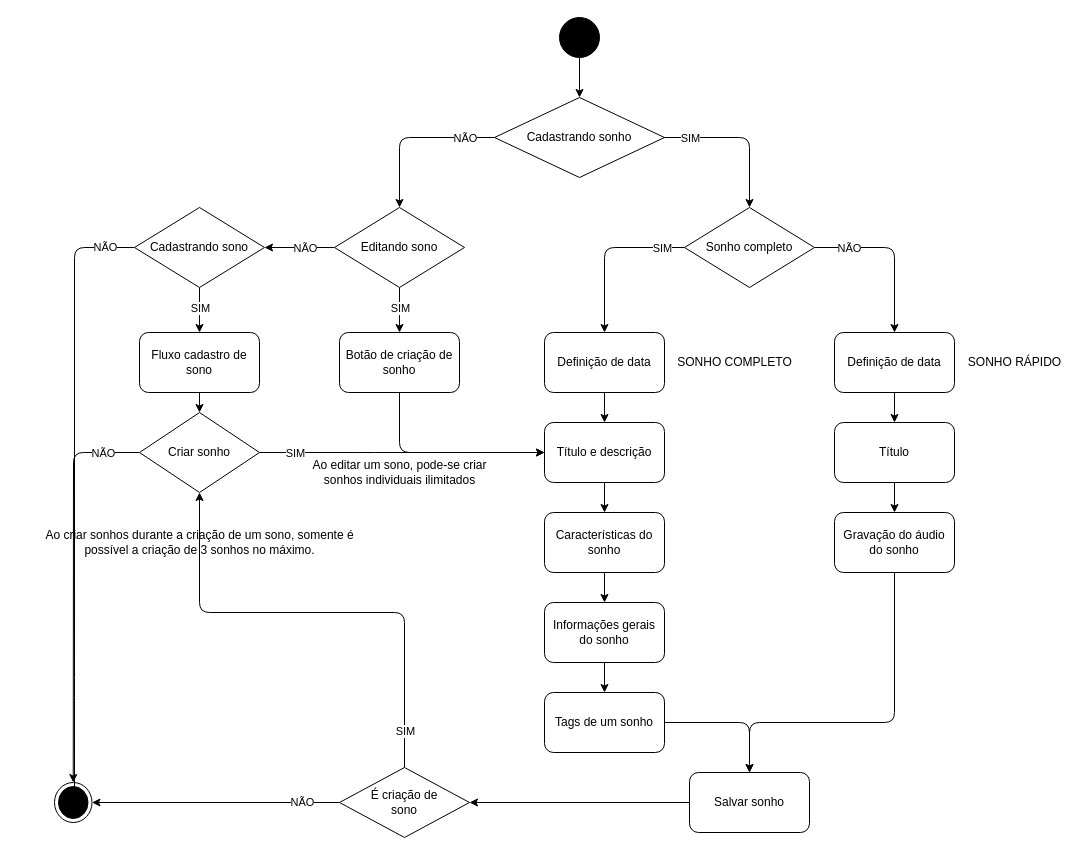
The draw.io diagram docs/diagramas_atividade/cadastro_de_sonho.drawio in raisson-souza/morfeus-backend, before the edit. Source tidied: cells renumbered, new cells numbered last; positions are measured from the earlier drawing's top-left corner, leaving out a move shared by most shapes. Both pictures are drawn from the tidied source at 100%, with x=0, y=0 at pixel (34, 17).
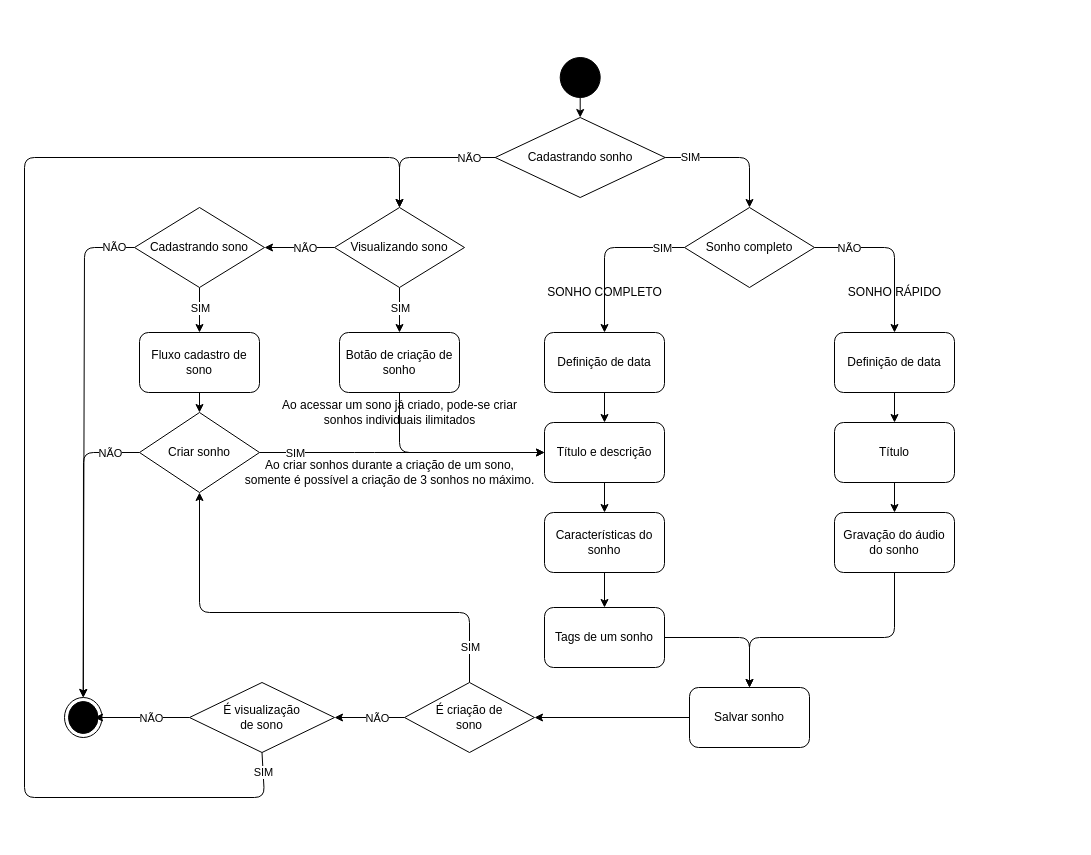
Above is the later version.

Commit message (it also covers changes not shown here):
Refatoração do diagrama de atv. do sonho.

Unchanged cells that the change refers to:
```xml
<mxCell id="7" value="Características do sonho" style="rounded=1;whiteSpace=wrap;html=1;" parent="1" vertex="1">
  <mxGeometry x="510" y="495" width="120" height="60" as="geometry" />
</mxCell>
<mxCell id="31" value="Sonho completo" style="rhombus;whiteSpace=wrap;html=1;" parent="1" vertex="1">
  <mxGeometry x="650" y="190" width="130" height="80" as="geometry" />
</mxCell>
<mxCell id="35" value="Gravação do áudio do sonho" style="rounded=1;whiteSpace=wrap;html=1;" parent="1" vertex="1">
  <mxGeometry x="800" y="495" width="120" height="60" as="geometry" />
</mxCell>
<mxCell id="40" value="Cadastrando sono" style="rhombus;whiteSpace=wrap;html=1;" parent="1" vertex="1">
  <mxGeometry x="100" y="190" width="130" height="80" as="geometry" />
</mxCell>
<mxCell id="47" value="Criar sonho" style="rhombus;whiteSpace=wrap;html=1;" parent="1" vertex="1">
  <mxGeometry x="105" y="395" width="120" height="80" as="geometry" />
</mxCell>
```

Diff of the diagram source:
```diff
@@
     <mxCell id="3" style="ellipse;fillColor=strokeColor;" parent="1" vertex="1">
-      <mxGeometry x="525" width="40" height="40" as="geometry" />
+      <mxGeometry x="525.7" y="40" width="40" height="40" as="geometry" />
     </mxCell>
@@
-    <mxCell id="6" style="edgeStyle=none;html=1;entryX=0.5;entryY=0;entryDx=0;entryDy=0;" parent="1" edge="1" source="7" target="18">
+    <mxCell id="6" style="edgeStyle=none;html=1;entryX=0.5;entryY=0;entryDx=0;entryDy=0;" parent="1" edge="1" source="7" target="16">
       <mxGeometry relative="1" as="geometry" />
     </mxCell>
@@
     <mxCell id="8" style="edgeStyle=none;html=1;entryX=0.5;entryY=0;entryDx=0;entryDy=0;" parent="1" edge="1" source="12" target="26">
       <mxGeometry relative="1" as="geometry">
         <Array as="points">
-          <mxPoint x="365" y="120" />
+          <mxPoint x="365" y="140" />
         </Array>
       </mxGeometry>
     </mxCell>
@@
     <mxCell id="10" style="edgeStyle=none;html=1;entryX=0.5;entryY=0;entryDx=0;entryDy=0;" parent="1" edge="1" source="12" target="31">
       <mxGeometry relative="1" as="geometry">
         <Array as="points">
-          <mxPoint x="715" y="120" />
+          <mxPoint x="715" y="140" />
         </Array>
       </mxGeometry>
     </mxCell>
     <mxCell id="11" value="SIM" style="edgeLabel;html=1;align=center;verticalAlign=middle;" parent="10" vertex="1">
       <mxGeometry x="0.37" y="-1" relative="1" as="geometry">
-        <mxPoint x="-59" y="-21" as="offset" />
+        <mxPoint x="-59" y="-8" as="offset" />
       </mxGeometry>
     </mxCell>
     <mxCell id="12" value="Cadastrando sonho" style="rhombus;whiteSpace=wrap;html=1;" parent="1" vertex="1">
-      <mxGeometry x="460" y="80" width="170" height="80" as="geometry" />
+      <mxGeometry x="460.7" y="100" width="170" height="80" as="geometry" />
     </mxCell>
@@
     <mxCell id="15" style="edgeStyle=none;html=1;entryX=0.5;entryY=0;entryDx=0;entryDy=0;" parent="1" edge="1" source="16" target="20">
       <mxGeometry relative="1" as="geometry">
         <Array as="points">
-          <mxPoint x="715" y="705" />
+          <mxPoint x="715" y="620" />
         </Array>
       </mxGeometry>
     </mxCell>
     <mxCell id="16" value="Tags de um sonho" style="rounded=1;whiteSpace=wrap;html=1;" parent="1" vertex="1">
-      <mxGeometry x="510" y="675" width="120" height="60" as="geometry" />
+      <mxGeometry x="510" y="590" width="120" height="60" as="geometry" />
     </mxCell>
-    <mxCell id="17" style="edgeStyle=none;html=1;entryX=0.5;entryY=0;entryDx=0;entryDy=0;" parent="1" edge="1" source="18" target="16">
-      <mxGeometry relative="1" as="geometry" />
-    </mxCell>
-    <mxCell id="18" value="Informações gerais do sonho" style="rounded=1;whiteSpace=wrap;html=1;" parent="1" vertex="1">
-      <mxGeometry x="510" y="585" width="120" height="60" as="geometry" />
-    </mxCell>
@@
     <mxCell id="20" value="Salvar sonho" style="rounded=1;whiteSpace=wrap;html=1;" parent="1" vertex="1">
-      <mxGeometry x="655" y="755" width="120" height="60" as="geometry" />
+      <mxGeometry x="655" y="670" width="120" height="60" as="geometry" />
     </mxCell>
     <mxCell id="21" style="ellipse;html=1;shape=endState;fillColor=strokeColor;" parent="1" vertex="1">
-      <mxGeometry x="20" y="765" width="37.5" height="40" as="geometry" />
+      <mxGeometry x="30" y="680" width="37.5" height="40" as="geometry" />
     </mxCell>
@@
-    <mxCell id="26" value="Editando sono" style="rhombus;whiteSpace=wrap;html=1;" parent="1" vertex="1">
+    <mxCell id="26" value="Visualizando sono" style="rhombus;whiteSpace=wrap;html=1;" parent="1" vertex="1">
       <mxGeometry x="300" y="190" width="130" height="80" as="geometry" />
     </mxCell>
@@
     <mxCell id="34" style="edgeStyle=none;html=1;entryX=0.5;entryY=0;entryDx=0;entryDy=0;" parent="1" edge="1" source="35" target="20">
       <mxGeometry relative="1" as="geometry">
         <Array as="points">
-          <mxPoint x="860" y="705" />
-          <mxPoint x="715" y="705" />
+          <mxPoint x="860" y="620" />
+          <mxPoint x="715" y="620" />
         </Array>
       </mxGeometry>
     </mxCell>
@@
-    <mxCell id="36" style="edgeStyle=none;html=1;" parent="1" edge="1" source="40">
+    <mxCell id="36" style="edgeStyle=none;html=1;entryX=0.5;entryY=0;entryDx=0;entryDy=0;" parent="1" edge="1" source="40" target="21">
       <mxGeometry relative="1" as="geometry">
-        <mxPoint x="40" y="790" as="targetPoint" />
         <Array as="points">
-          <mxPoint x="40" y="230" />
-          <mxPoint x="40" y="670" />
+          <mxPoint x="50" y="230" />
         </Array>
       </mxGeometry>
     </mxCell>
     <mxCell id="37" value="NÃO" style="edgeLabel;html=1;align=center;verticalAlign=middle;" parent="36" vertex="1">
       <mxGeometry x="-0.44" y="1" relative="1" as="geometry">
-        <mxPoint x="29" y="-115" as="offset" />
+        <mxPoint x="29" y="-91" as="offset" />
       </mxGeometry>
     </mxCell>
@@
     <mxCell id="43" style="edgeStyle=none;html=1;entryX=0.5;entryY=0;entryDx=0;entryDy=0;" parent="1" edge="1" source="47" target="21">
       <mxGeometry relative="1" as="geometry">
         <Array as="points">
-          <mxPoint x="39" y="435" />
+          <mxPoint x="49" y="435" />
         </Array>
       </mxGeometry>
     </mxCell>
@@
-    <mxCell id="48" value="Ao criar sonhos durante a criação de um sono, somente é&lt;br&gt;possível a criação de 3 sonhos no máximo." style="text;html=1;align=center;verticalAlign=middle;strokeColor=none;fillColor=none;" parent="1" vertex="1">
-      <mxGeometry y="505" width="330" height="40" as="geometry" />
+    <mxCell id="48" value="Ao criar sonhos durante a criação de um sono,&lt;br&gt;somente é possível a criação de 3 sonhos no máximo." style="text;html=1;align=center;verticalAlign=middle;strokeColor=none;fillColor=none;" parent="1" vertex="1">
+      <mxGeometry x="200" y="435" width="310" height="40" as="geometry" />
     </mxCell>
     <mxCell id="49" value="SONHO RÁPIDO" style="text;html=1;align=center;verticalAlign=middle;strokeColor=none;fillColor=none;" parent="1" vertex="1">
-      <mxGeometry x="920" y="330" width="120" height="30" as="geometry" />
+      <mxGeometry x="800" y="260" width="120" height="30" as="geometry" />
     </mxCell>
     <mxCell id="50" value="SONHO COMPLETO" style="text;html=1;align=center;verticalAlign=middle;strokeColor=none;fillColor=none;" parent="1" vertex="1">
-      <mxGeometry x="630" y="330" width="140" height="30" as="geometry" />
+      <mxGeometry x="500" y="260" width="140" height="30" as="geometry" />
     </mxCell>
@@
-    <mxCell id="55" value="Ao editar um sono, pode-se criar&lt;br&gt;sonhos individuais ilimitados" style="text;html=1;align=center;verticalAlign=middle;strokeColor=none;fillColor=none;" parent="1" vertex="1">
-      <mxGeometry x="265" y="435" width="200" height="40" as="geometry" />
+    <mxCell id="55" value="Ao acessar um sono já criado, pode-se criar&lt;br&gt;sonhos individuais ilimitados" style="text;html=1;align=center;verticalAlign=middle;strokeColor=none;fillColor=none;" parent="1" vertex="1">
+      <mxGeometry x="235" y="375" width="260" height="40" as="geometry" />
     </mxCell>
     <mxCell id="56" style="edgeStyle=none;html=1;entryX=0.5;entryY=1;entryDx=0;entryDy=0;" parent="1" edge="1" source="60" target="47">
       <mxGeometry relative="1" as="geometry">
         <Array as="points">
-          <mxPoint x="370" y="595" />
+          <mxPoint x="435" y="595" />
           <mxPoint x="165" y="595" />
         </Array>
       </mxGeometry>
     </mxCell>
@@
-    <mxCell id="58" style="edgeStyle=none;html=1;entryX=1;entryY=0.5;entryDx=0;entryDy=0;" parent="1" edge="1" source="60" target="21">
-      <mxGeometry relative="1" as="geometry" />
-    </mxCell>
-    <mxCell id="59" value="NÃO" style="edgeLabel;html=1;align=center;verticalAlign=middle;" parent="58" vertex="1">
-      <mxGeometry x="-0.69" y="-1" relative="1" as="geometry" />
-    </mxCell>
+    <mxCell id="61" style="edgeStyle=none;html=1;entryX=1;entryY=0.5;entryDx=0;entryDy=0;" parent="1" edge="1" source="60" target="67">
+      <mxGeometry relative="1" as="geometry" />
+    </mxCell>
+    <mxCell id="62" value="NÃO" style="edgeLabel;html=1;align=center;verticalAlign=middle;" parent="61" vertex="1">
+      <mxGeometry x="-0.53" y="2" relative="1" as="geometry">
+        <mxPoint x="-12" y="-2" as="offset" />
+      </mxGeometry>
+    </mxCell>
     <mxCell id="60" value="É criação de&lt;br&gt;sono" style="rhombus;whiteSpace=wrap;html=1;" parent="1" vertex="1">
-      <mxGeometry x="305" y="750" width="130" height="70" as="geometry" />
+      <mxGeometry x="370" y="665" width="130" height="70" as="geometry" />
     </mxCell>
+    <mxCell id="63" style="edgeStyle=none;html=1;entryX=0.8;entryY=0.5;entryDx=0;entryDy=0;entryPerimeter=0;" parent="1" edge="1" source="67" target="21">
+      <mxGeometry relative="1" as="geometry" />
+    </mxCell>
+    <mxCell id="64" value="NÃO" style="edgeLabel;html=1;align=center;verticalAlign=middle;" parent="63" vertex="1">
+      <mxGeometry x="-0.33" relative="1" as="geometry">
+        <mxPoint x="-7" as="offset" />
+      </mxGeometry>
+    </mxCell>
+    <mxCell id="65" style="edgeStyle=none;html=1;entryX=0.5;entryY=0;entryDx=0;entryDy=0;exitX=0.5;exitY=1;exitDx=0;exitDy=0;" parent="1" edge="1" source="67" target="26">
+      <mxGeometry relative="1" as="geometry">
+        <Array as="points">
+          <mxPoint x="230" y="780" />
+          <mxPoint x="-10" y="780" />
+          <mxPoint x="-10" y="140" />
+          <mxPoint x="365" y="140" />
+        </Array>
+      </mxGeometry>
+    </mxCell>
+    <mxCell id="66" value="SIM" style="edgeLabel;html=1;align=center;verticalAlign=middle;" parent="65" vertex="1">
+      <mxGeometry x="-0.96" y="1" relative="1" as="geometry">
+        <mxPoint x="-1" y="-7" as="offset" />
+      </mxGeometry>
+    </mxCell>
+    <mxCell id="67" value="É visualização&lt;br&gt;de sono" style="rhombus;whiteSpace=wrap;html=1;" parent="1" vertex="1">
+      <mxGeometry x="155" y="665" width="145" height="70" as="geometry" />
+    </mxCell>
```
